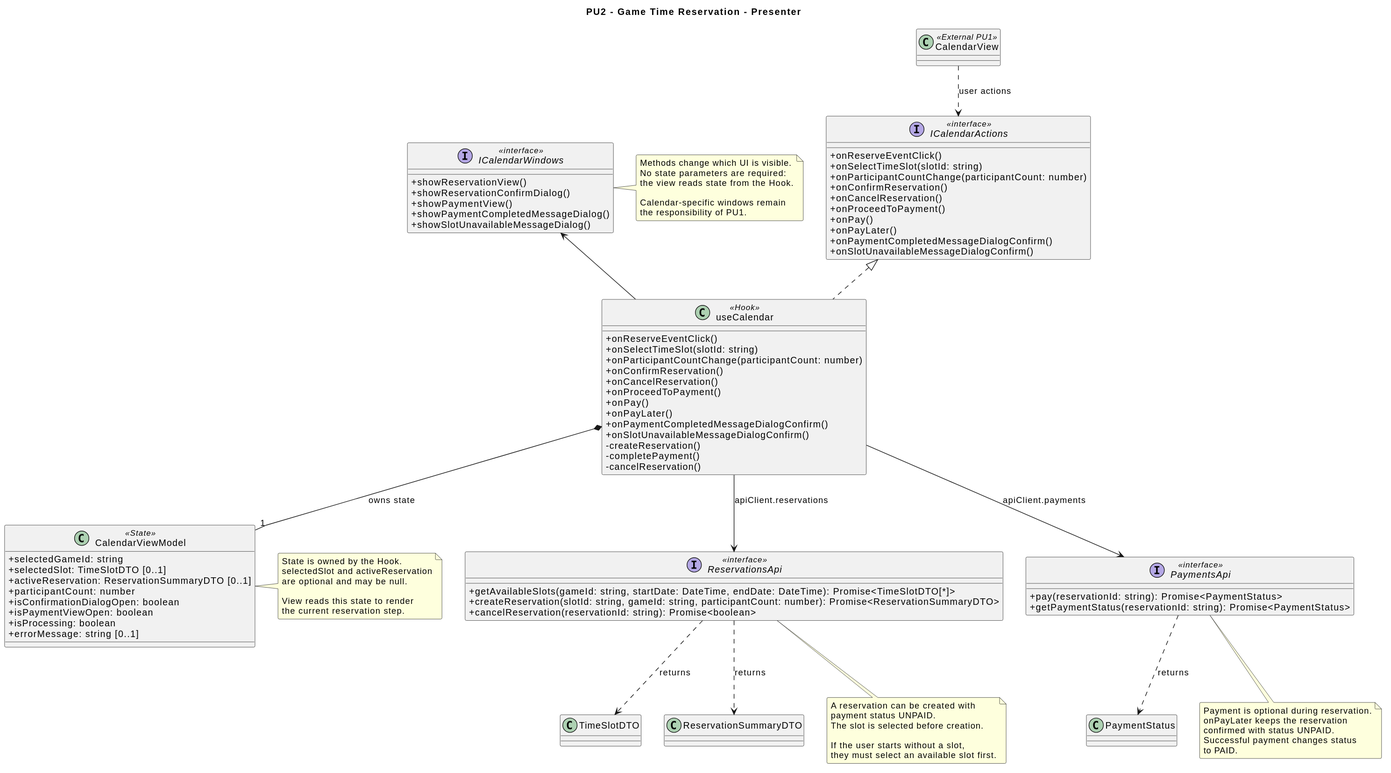
This is diagrams/frontend/rendered/reservation-presenter.svg from Igor-Ochocki/POP-2026Z, a PlantUML export, as it was before one commit.
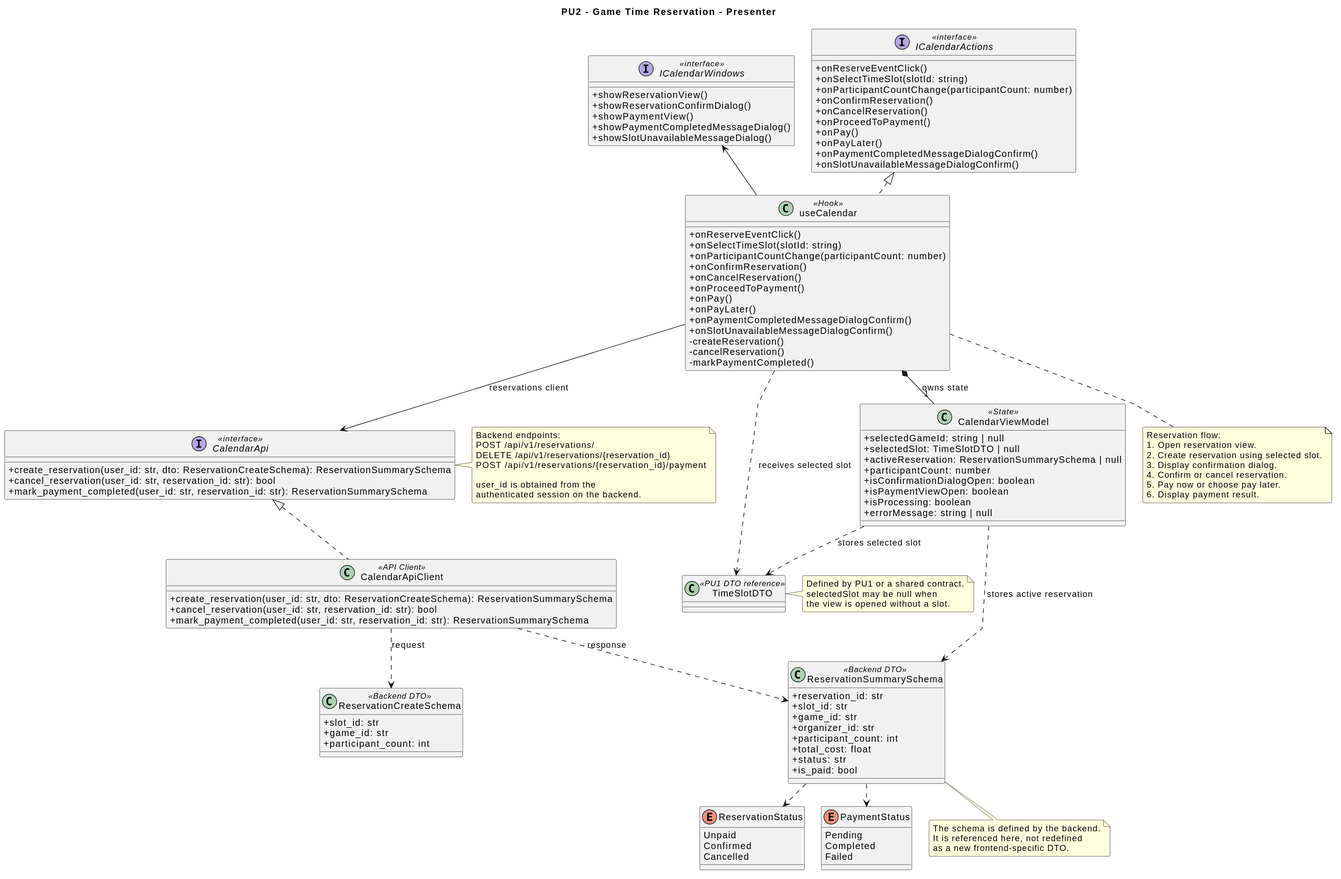
The same file after the commit.

The edit, as a diff of the source:
```diff
@@ -3,6 +3,8 @@
 skinparam packageStyle rectangle
 skinparam shadowing false
 skinparam roundcorner 4
+skinparam nodesep 26
+skinparam ranksep 34
 skinparam linetype polyline
 
 title PU2 - Game Time Reservation - Presenter
@@ -19,8 +21,8 @@
     +onPaymentCompletedMessageDialogConfirm()
     +onSlotUnavailableMessageDialogConfirm()
     -createReservation()
-    -completePayment()
     -cancelReservation()
+    -markPaymentCompleted()
 }
 
 interface ICalendarActions <<interface>> {
@@ -45,73 +47,103 @@
 }
 
 class CalendarViewModel <<State>> {
-    +selectedGameId: string
-    +selectedSlot: TimeSlotDTO [0..1]
-    +activeReservation: ReservationSummaryDTO [0..1]
+    +selectedGameId: string | null
+    +selectedSlot: TimeSlotDTO | null
+    +activeReservation: ReservationSummarySchema | null
     +participantCount: number
     +isConfirmationDialogOpen: boolean
     +isPaymentViewOpen: boolean
     +isProcessing: boolean
-    +errorMessage: string [0..1]
+    +errorMessage: string | null
 }
 
-interface ReservationsApi <<interface>> {
-    +getAvailableSlots(gameId: string, startDate: DateTime, endDate: DateTime): Promise<TimeSlotDTO[*]>
-    +createReservation(slotId: string, gameId: string, participantCount: number): Promise<ReservationSummaryDTO>
-    +cancelReservation(reservationId: string): Promise<boolean>
+interface CalendarApi <<interface>> {
+    +create_reservation(user_id: str, dto: ReservationCreateSchema): ReservationSummarySchema
+    +cancel_reservation(user_id: str, reservation_id: str): bool
+    +mark_payment_completed(user_id: str, reservation_id: str): ReservationSummarySchema
 }
 
-interface PaymentsApi <<interface>> {
-    +pay(reservationId: string): Promise<PaymentStatus>
-    +getPaymentStatus(reservationId: string): Promise<PaymentStatus>
+class CalendarApiClient <<API Client>> {
+    +create_reservation(user_id: str, dto: ReservationCreateSchema): ReservationSummarySchema
+    +cancel_reservation(user_id: str, reservation_id: str): bool
+    +mark_payment_completed(user_id: str, reservation_id: str): ReservationSummarySchema
 }
 
-class CalendarView <<External PU1>>
+class ReservationCreateSchema <<Backend DTO>> {
+    +slot_id: str
+    +game_id: str
+    +participant_count: int
+}
+
+class ReservationSummarySchema <<Backend DTO>> {
+    +reservation_id: str
+    +slot_id: str
+    +game_id: str
+    +organizer_id: str
+    +participant_count: int
+    +total_cost: float
+    +status: str
+    +is_paid: bool
+}
+
+class TimeSlotDTO <<PU1 DTO reference>>
+
+enum ReservationStatus {
+    Unpaid
+    Confirmed
+    Cancelled
+}
+
+enum PaymentStatus {
+    Pending
+    Completed
+    Failed
+}
 
 useCalendar .u.|> ICalendarActions
 useCalendar -u-> ICalendarWindows
-useCalendar --> ReservationsApi : apiClient.reservations
-useCalendar --> PaymentsApi : apiClient.payments
+useCalendar --> CalendarApi : reservations client
+CalendarApiClient .u.|> CalendarApi
+CalendarApiClient ..> ReservationCreateSchema : request
+CalendarApiClient ..> ReservationSummarySchema : response
+
 useCalendar *-- "1" CalendarViewModel : owns state
 
-ReservationsApi ..> TimeSlotDTO : returns
-ReservationsApi ..> ReservationSummaryDTO : returns
-PaymentsApi ..> PaymentStatus : returns
+useCalendar ..> TimeSlotDTO : receives selected slot
+CalendarViewModel ..> TimeSlotDTO : stores selected slot
+CalendarViewModel ..> ReservationSummarySchema : stores active reservation
+ReservationSummarySchema ..> ReservationStatus
+ReservationSummarySchema ..> PaymentStatus
 
-CalendarView ..> ICalendarActions : user actions
+note right of CalendarApi
+    Backend endpoints:
+    POST   /api/v1/reservations/
+    DELETE /api/v1/reservations/{reservation_id}
+    POST   /api/v1/reservations/{reservation_id}/payment
 
-note right of CalendarViewModel
-    State is owned by the Hook.
-    selectedSlot and activeReservation
-    are optional and may be null.
-
-    View reads this state to render
-    the current reservation step.
+    user_id is obtained from the
+    authenticated session on the backend.
 end note
 
-note right of ICalendarWindows
-    Methods change which UI is visible.
-    No state parameters are required:
-    the view reads state from the Hook.
-
-    Calendar-specific windows remain
-    the responsibility of PU1.
+note bottom of useCalendar
+    Reservation flow:
+    1. Open reservation view.
+    2. Create reservation using selected slot.
+    3. Display confirmation dialog.
+    4. Confirm or cancel reservation.
+    5. Pay now or choose pay later.
+    6. Display payment result.
 end note
 
-note bottom of ReservationsApi
-    A reservation can be created with
-    payment status UNPAID.
-    The slot is selected before creation.
-
-    If the user starts without a slot,
-    they must select an available slot first.
+note bottom of ReservationSummarySchema
+    The schema is defined by the backend.
+    It is referenced here, not redefined
+    as a new frontend-specific DTO.
 end note
 
-note bottom of PaymentsApi
-    Payment is optional during reservation.
-    onPayLater keeps the reservation
-    confirmed with status UNPAID.
-    Successful payment changes status
-    to PAID.
+note right of TimeSlotDTO
+    Defined by PU1 or a shared contract.
+    selectedSlot may be null when
+    the view is opened without a slot.
 end note
 @enduml
```
